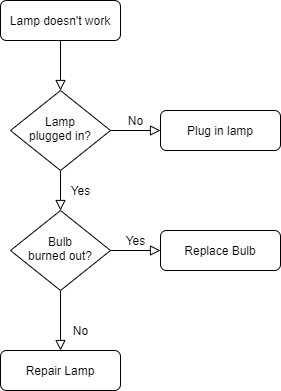
Earlier version of the draw.io export t1.png (weiguoyuan/test). Source tidied: cells renumbered, new cells last; positions are measured from the earlier drawing's top-left corner, leaving out a move shared by most shapes. Source of this version:
```xml
<mxGraphModel>
  <root>
    <mxCell id="0" />
    <mxCell id="1" parent="0" />
    <mxCell id="2" style="rounded=0;html=1;jettySize=auto;fontSize=11;endArrow=block;endFill=0;endSize=8;strokeWidth=1;shadow=0;labelBackgroundColor=none;edgeStyle=orthogonalEdgeStyle;" parent="1" edge="1" source="3" target="6">
      <mxGeometry relative="1" as="geometry" />
    </mxCell>
    <mxCell id="3" value="Lamp doesn't work" style="rounded=1;whiteSpace=wrap;html=1;fontSize=12;glass=0;strokeWidth=1;shadow=0;" parent="1" vertex="1">
      <mxGeometry width="120" height="40" as="geometry" />
    </mxCell>
    <mxCell id="4" value="Yes" style="rounded=0;html=1;jettySize=auto;fontSize=11;endArrow=block;endFill=0;endSize=8;strokeWidth=1;shadow=0;labelBackgroundColor=none;edgeStyle=orthogonalEdgeStyle;" parent="1" edge="1" source="6" target="10">
      <mxGeometry y="20" relative="1" as="geometry" />
    </mxCell>
    <mxCell id="5" value="No" style="edgeStyle=orthogonalEdgeStyle;rounded=0;html=1;jettySize=auto;fontSize=11;endArrow=block;endFill=0;endSize=8;strokeWidth=1;shadow=0;labelBackgroundColor=none;" parent="1" edge="1" source="6" target="7">
      <mxGeometry y="10" relative="1" as="geometry" />
    </mxCell>
    <mxCell id="6" value="Lamp&lt;br&gt;plugged in?" style="rhombus;whiteSpace=wrap;html=1;shadow=0;fontFamily=Helvetica;fontSize=12;align=center;strokeWidth=1;spacing=6;spacingTop=-4;" parent="1" vertex="1">
      <mxGeometry x="10" y="90" width="100" height="80" as="geometry" />
    </mxCell>
    <mxCell id="7" value="Plug in lamp" style="rounded=1;whiteSpace=wrap;html=1;fontSize=12;glass=0;strokeWidth=1;shadow=0;" parent="1" vertex="1">
      <mxGeometry x="160" y="110" width="120" height="40" as="geometry" />
    </mxCell>
    <mxCell id="8" value="No" style="rounded=0;html=1;jettySize=auto;fontSize=11;endArrow=block;endFill=0;endSize=8;strokeWidth=1;shadow=0;labelBackgroundColor=none;edgeStyle=orthogonalEdgeStyle;" parent="1" edge="1" source="10" target="11">
      <mxGeometry x="0.33" y="20" relative="1" as="geometry" />
    </mxCell>
    <mxCell id="9" value="Yes" style="edgeStyle=orthogonalEdgeStyle;rounded=0;html=1;jettySize=auto;fontSize=11;endArrow=block;endFill=0;endSize=8;strokeWidth=1;shadow=0;labelBackgroundColor=none;" parent="1" edge="1" source="10" target="12">
      <mxGeometry y="10" relative="1" as="geometry" />
    </mxCell>
    <mxCell id="10" value="Bulb&lt;br&gt;burned out?" style="rhombus;whiteSpace=wrap;html=1;shadow=0;fontFamily=Helvetica;fontSize=12;align=center;strokeWidth=1;spacing=6;spacingTop=-4;" parent="1" vertex="1">
      <mxGeometry x="10" y="210" width="100" height="80" as="geometry" />
    </mxCell>
    <mxCell id="11" value="Repair Lamp" style="rounded=1;whiteSpace=wrap;html=1;fontSize=12;glass=0;strokeWidth=1;shadow=0;" parent="1" vertex="1">
      <mxGeometry y="350" width="120" height="40" as="geometry" />
    </mxCell>
    <mxCell id="12" value="Replace Bulb" style="rounded=1;whiteSpace=wrap;html=1;fontSize=12;glass=0;strokeWidth=1;shadow=0;" parent="1" vertex="1">
      <mxGeometry x="160" y="230" width="120" height="40" as="geometry" />
    </mxCell>
  </root>
</mxGraphModel>
```
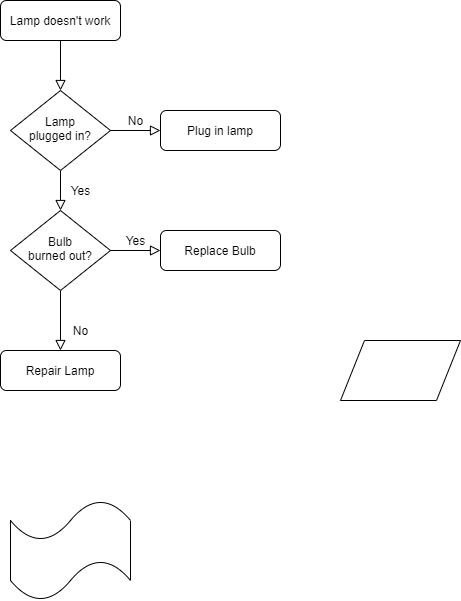
After the change.

What changed in the source:
```diff
@@ -35,5 +35,11 @@
     <mxCell id="12" value="Replace Bulb" style="rounded=1;whiteSpace=wrap;html=1;fontSize=12;glass=0;strokeWidth=1;shadow=0;" parent="1" vertex="1">
       <mxGeometry x="160" y="230" width="120" height="40" as="geometry" />
     </mxCell>
+    <mxCell id="13" style="shape=tape;whiteSpace=wrap;html=1;" parent="1" vertex="1">
+      <mxGeometry x="10" y="500" width="120" height="100" as="geometry" />
+    </mxCell>
+    <mxCell id="14" style="shape=parallelogram;perimeter=parallelogramPerimeter;whiteSpace=wrap;html=1;" parent="1" vertex="1">
+      <mxGeometry x="340" y="340" width="120" height="60" as="geometry" />
+    </mxCell>
   </root>
 </mxGraphModel>
```
